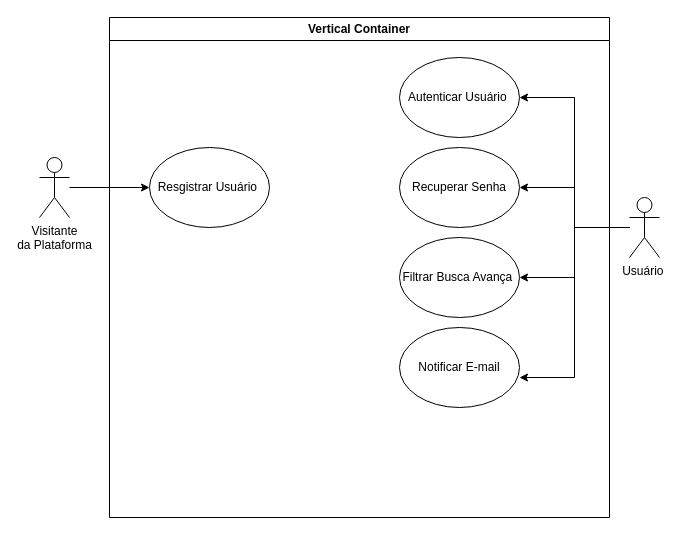
Above: Diagrama sem nome.drawio in joaomaiavn/Crud (draw.io), before the change. Source tidied: cells renumbered, new cells numbered last; positions are measured from the earlier drawing's top-left corner, leaving out a move shared by most shapes. Both pictures are drawn from the tidied source at 100%, with x=0, y=0 at pixel (39, 17).
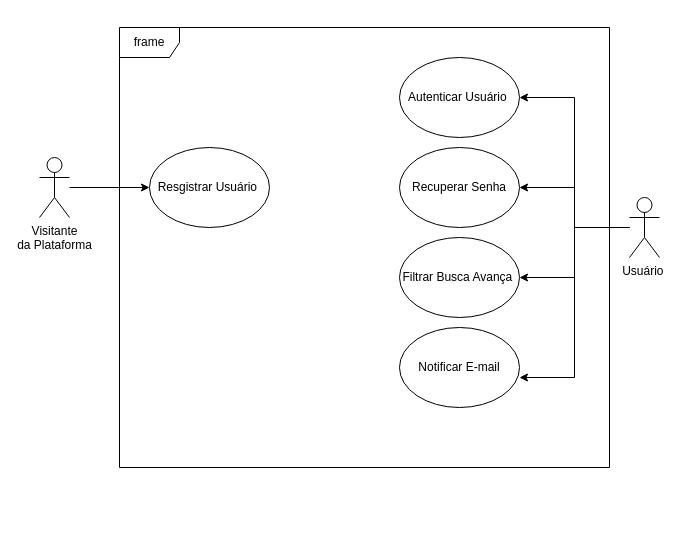
The same page after the edit.

Change to the diagram source:
```diff
@@
 <mxGraphModel>
   <root>
     <mxCell id="0" />
     <mxCell id="1" parent="0" />
     <mxCell id="2" style="edgeStyle=orthogonalEdgeStyle;rounded=0;jettySize=auto;html=1;entryX=0;entryY=0.5;entryDx=0;entryDy=0;" parent="1" edge="1" source="3" target="8">
       <mxGeometry relative="1" as="geometry" />
     </mxCell>
     <mxCell id="3" value="Visitante&lt;div&gt;da Plataforma&lt;/div&gt;" style="shape=umlActor;verticalLabelPosition=bottom;verticalAlign=top;html=1;outlineConnect=0;" parent="1" vertex="1">
       <mxGeometry y="140" width="30" height="60" as="geometry" />
     </mxCell>
     <mxCell id="4" style="edgeStyle=orthogonalEdgeStyle;rounded=0;jettySize=auto;html=1;entryX=1;entryY=0.5;entryDx=0;entryDy=0;" parent="1" edge="1" source="7" target="12">
       <mxGeometry relative="1" as="geometry" />
     </mxCell>
     <mxCell id="5" style="edgeStyle=orthogonalEdgeStyle;rounded=0;jettySize=auto;html=1;" parent="1" edge="1" source="7" target="10">
       <mxGeometry relative="1" as="geometry" />
     </mxCell>
     <mxCell id="6" style="edgeStyle=orthogonalEdgeStyle;rounded=0;jettySize=auto;html=1;" parent="1" edge="1" source="7" target="11">
       <mxGeometry relative="1" as="geometry" />
     </mxCell>
     <mxCell id="7" value="Usuário&amp;nbsp;" style="shape=umlActor;verticalLabelPosition=bottom;verticalAlign=top;html=1;outlineConnect=0;" parent="1" vertex="1">
       <mxGeometry x="590" y="180" width="30" height="60" as="geometry" />
     </mxCell>
     <mxCell id="8" value="Resgistrar Usuário&amp;nbsp;" style="ellipse;whiteSpace=wrap;html=1;" parent="1" vertex="1">
       <mxGeometry x="110" y="130" width="120" height="80" as="geometry" />
     </mxCell>
     <mxCell id="9" value="Notificar E-mail" style="ellipse;whiteSpace=wrap;html=1;" parent="1" vertex="1">
       <mxGeometry x="360" y="310" width="120" height="80" as="geometry" />
     </mxCell>
     <mxCell id="10" value="Filtrar Busca Avança&amp;nbsp;" style="ellipse;whiteSpace=wrap;html=1;" parent="1" vertex="1">
       <mxGeometry x="360" y="220" width="120" height="80" as="geometry" />
     </mxCell>
     <mxCell id="11" value="Recuperar Senha" style="ellipse;whiteSpace=wrap;html=1;" parent="1" vertex="1">
       <mxGeometry x="360" y="130" width="120" height="80" as="geometry" />
     </mxCell>
     <mxCell id="12" value="Autenticar Usuário&amp;nbsp;" style="ellipse;whiteSpace=wrap;html=1;" parent="1" vertex="1">
       <mxGeometry x="360" y="40" width="120" height="80" as="geometry" />
     </mxCell>
     <mxCell id="13" style="edgeStyle=orthogonalEdgeStyle;rounded=0;jettySize=auto;html=1;entryX=1;entryY=0.625;entryDx=0;entryDy=0;entryPerimeter=0;" parent="1" edge="1" source="7" target="9">
       <mxGeometry relative="1" as="geometry" />
     </mxCell>
-    <mxCell id="14" value="Vertical Container" style="swimlane;whiteSpace=wrap;html=1;" parent="1" vertex="1">
-      <mxGeometry x="70" width="500" height="500" as="geometry" />
-    </mxCell>
+    <mxCell id="15" value="frame" style="shape=umlFrame;whiteSpace=wrap;html=1;" parent="1" vertex="1">
+      <mxGeometry x="80" y="10" width="490" height="440" as="geometry" />
+    </mxCell>
   </root>
 </mxGraphModel>
```
